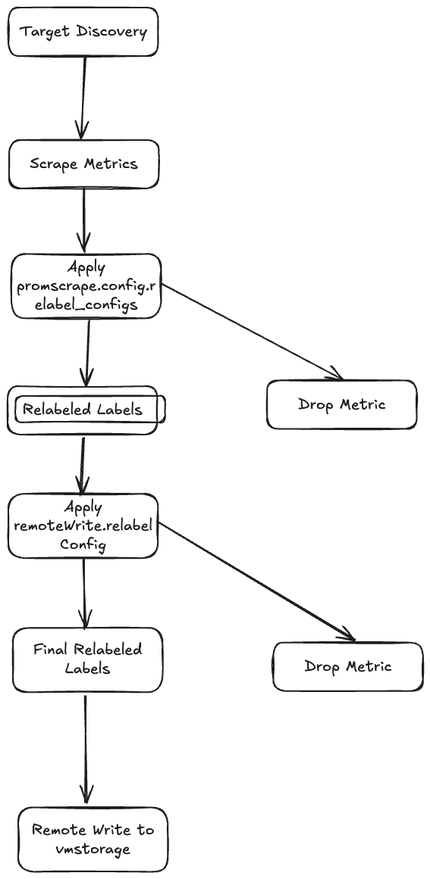
Earlier version of the Excalidraw export excalidraw/vm/vmagent.excalidraw.png (kbsonlong/kbsonlong.github.io). Source tidied: one line per element, renumbered; positions are measured from the earlier drawing's top-left corner, leaving out a move shared by most shapes.
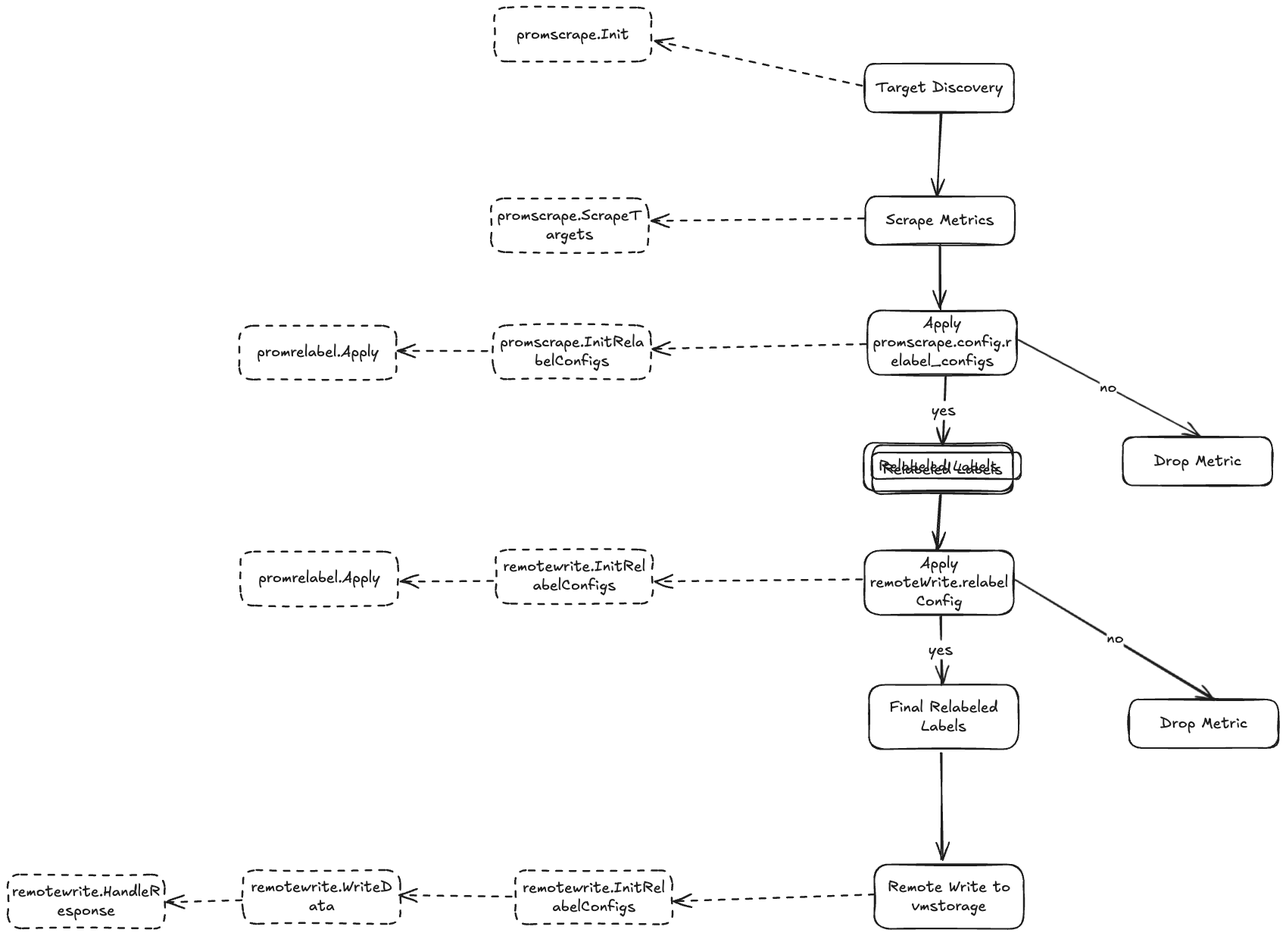
After the commit.

What changed in the source:
```diff
@@ -6,8 +6,6 @@
 {"id": 5, "type": "text", "text": "Apply\npromscrape.config.r\nelabel_configs", "strokeColor": "#1e1e1e", "strokeWidth": 2, "roughness": 1, "fontSize": 20, "fontFamily": 5, "textAlign": "center", "verticalAlign": "middle", "inside": 4, "x": 12, "y": 330, "width": 183, "height": 75}
 {"id": 6, "type": "rectangle", "strokeColor": "#1e1e1e", "strokeWidth": 2, "roughness": 1, "round": true, "x": 342, "y": 492, "width": 197, "height": 64}
 {"id": 7, "type": "text", "text": "Drop Metric", "strokeColor": "#1e1e1e", "strokeWidth": 2, "roughness": 1, "fontSize": 20, "fontFamily": 5, "textAlign": "center", "verticalAlign": "middle", "inside": 6, "x": 383, "y": 512, "width": 115, "height": 25}
-{"id": 8, "type": "rectangle", "strokeColor": "#1e1e1e", "strokeWidth": 2, "roughness": 1, "round": true, "x": 0, "y": 500, "width": 197, "height": 64}
-{"id": 9, "type": "text", "text": "Relabeled Labels", "strokeColor": "#1e1e1e", "strokeWidth": 2, "roughness": 1, "fontSize": 20, "fontFamily": 5, "textAlign": "center", "verticalAlign": "middle", "inside": 8, "x": 20, "y": 520, "width": 158, "height": 25}
 {"id": 10, "type": "rectangle", "strokeColor": "#1e1e1e", "strokeWidth": 2, "roughness": 1, "round": true, "x": 1, "y": 642, "width": 197, "height": 85}
 {"id": 11, "type": "text", "text": "Apply\nremoteWrite.relabel\nConfig", "strokeColor": "#1e1e1e", "strokeWidth": 2, "roughness": 1, "fontSize": 20, "fontFamily": 5, "textAlign": "center", "verticalAlign": "middle", "inside": 10, "x": 8, "y": 647, "width": 183, "height": 75}
 {"id": 12, "type": "rectangle", "strokeColor": "#1e1e1e", "strokeWidth": 2, "roughness": 1, "round": true, "x": 7, "y": 819, "width": 197, "height": 85}
@@ -16,11 +14,44 @@
 {"id": 15, "type": "text", "text": "Drop Metric", "strokeColor": "#1e1e1e", "strokeWidth": 2, "roughness": 1, "fontSize": 20, "fontFamily": 5, "textAlign": "center", "verticalAlign": "middle", "inside": 14, "x": 391, "y": 858, "width": 115, "height": 25}
 {"id": 16, "type": "rectangle", "strokeColor": "#1e1e1e", "strokeWidth": 2, "roughness": 1, "round": true, "x": 14, "y": 1056, "width": 197, "height": 85}
 {"id": 17, "type": "text", "text": "Remote Write to\nvmstorage", "strokeColor": "#1e1e1e", "strokeWidth": 2, "roughness": 1, "fontSize": 20, "fontFamily": 5, "textAlign": "center", "verticalAlign": "middle", "inside": 16, "x": 32, "y": 1074, "width": 162, "height": 50}
-{"id": 18, "type": "arrow", "strokeColor": "#1e1e1e", "strokeWidth": 2, "roughness": 1, "endArrowhead": "arrow", "round": true, "from": 0, "to": 2, "x": 102, "y": 66, "width": 4, "height": 105, "points": [[0, 0], [-4, 105]]}
+{"id": 18, "type": "arrow", "strokeColor": "#1e1e1e", "strokeWidth": 2, "roughness": 1, "endArrowhead": "arrow", "round": true, "from": 0, "to": 2, "x": 102, "y": 65, "width": 4, "height": 109, "points": [[0, 0], [-4, 109]]}
-{"id": 19, "type": "arrow", "strokeColor": "#1e1e1e", "strokeWidth": 2, "roughness": 1, "endArrowhead": "arrow", "round": true, "from": 2, "to": 4, "x": 100, "y": 240, "width": 2, "height": 84, "points": [[0, 0], [2, 84]]}
+{"id": 19, "type": "arrow", "strokeColor": "#1e1e1e", "strokeWidth": 2, "roughness": 1, "endArrowhead": "arrow", "round": true, "from": 2, "to": 4, "x": 100, "y": 239, "width": 2, "height": 85, "points": [[0, 0], [2, 85]]}
-{"id": 20, "type": "arrow", "strokeColor": "#1e1e1e", "strokeWidth": 2, "roughness": 1, "endArrowhead": "arrow", "round": true, "from": 4, "to": 8, "x": 107, "y": 414, "width": 3, "height": 87, "points": [[0, 0], [-3, 87]]}
+{"id": 20, "type": "arrow", "strokeColor": "#1e1e1e", "strokeWidth": 2, "roughness": 1, "endArrowhead": "arrow", "round": true, "from": 4, "to": 57, "x": 107, "y": 412, "width": 3, "height": 91, "points": [[0, 0], [-3, 91]]}
+{"id": 26, "type": "text", "text": "yes", "strokeColor": "#1e1e1e", "strokeWidth": 2, "strokeStyle": "dashed", "roughness": 1, "fontSize": 20, "fontFamily": 5, "textAlign": "center", "verticalAlign": "middle", "inside": 20, "x": 89, "y": 443, "width": 32, "height": 25}
 {"id": 21, "type": "arrow", "strokeColor": "#1e1e1e", "strokeWidth": 2, "roughness": 1, "endArrowhead": "arrow", "round": true, "from": 4, "to": 6, "x": 203, "y": 363, "width": 239, "height": 129, "points": [[0, 0], [239, 129]]}
+{"id": 27, "type": "text", "text": "no", "strokeColor": "#1e1e1e", "strokeWidth": 2, "strokeStyle": "dashed", "roughness": 1, "fontSize": 20, "fontFamily": 5, "textAlign": "center", "verticalAlign": "middle", "inside": 21, "x": 311, "y": 415, "width": 23, "height": 25}
-{"id": 22, "type": "arrow", "strokeColor": "#1e1e1e", "strokeWidth": 2, "roughness": 1, "endArrowhead": "arrow", "round": true, "from": 8, "to": 10, "x": 100, "y": 568, "width": 3, "height": 76, "points": [[0, 0], [-3, 76]]}
+{"id": 22, "type": "arrow", "strokeColor": "#1e1e1e", "strokeWidth": 2, "roughness": 1, "endArrowhead": "arrow", "round": true, "from": 57, "to": 10, "x": 101, "y": 568, "width": 5, "height": 73, "points": [[0, 0], [-5, 73]]}
-{"id": 23, "type": "arrow", "strokeColor": "#1e1e1e", "strokeWidth": 2, "roughness": 1, "endArrowhead": "arrow", "round": true, "from": 10, "to": 12, "x": 101, "y": 728, "width": 1, "height": 92, "points": [[0, 0], [1, 92]]}
+{"id": 23, "type": "arrow", "strokeColor": "#1e1e1e", "strokeWidth": 2, "roughness": 1, "endArrowhead": "arrow", "round": true, "from": 10, "to": 12, "x": 101, "y": 728, "width": 1, "height": 91, "points": [[0, 0], [1, 91]]}
+{"id": 28, "type": "text", "text": "yes", "strokeColor": "#1e1e1e", "strokeWidth": 2, "strokeStyle": "dashed", "roughness": 1, "fontSize": 20, "fontFamily": 5, "textAlign": "center", "verticalAlign": "middle", "inside": 23, "x": 85, "y": 762, "width": 32, "height": 25}
-{"id": 24, "type": "arrow", "strokeColor": "#1e1e1e", "strokeWidth": 2, "roughness": 1, "endArrowhead": "arrow", "round": true, "from": 10, "to": 14, "x": 201, "y": 680, "width": 258, "height": 155, "points": [[0, 0], [258, 155]]}
+{"id": 24, "type": "arrow", "strokeColor": "#1e1e1e", "strokeWidth": 2, "roughness": 1, "endArrowhead": "arrow", "round": true, "from": 10, "to": 14, "x": 201, "y": 680, "width": 263, "height": 158, "points": [[0, 0], [263, 158]]}
+{"id": 29, "type": "text", "text": "no", "strokeColor": "#1e1e1e", "strokeWidth": 2, "strokeStyle": "dashed", "roughness": 1, "fontSize": 20, "fontFamily": 5, "textAlign": "center", "verticalAlign": "middle", "inside": 24, "x": 319, "y": 745, "width": 23, "height": 25}
 {"id": 25, "type": "arrow", "strokeColor": "#1e1e1e", "strokeWidth": 2, "roughness": 1, "endArrowhead": "arrow", "round": true, "from": 12, "to": 16, "x": 103, "y": 908, "width": 1, "height": 142, "points": [[0, 0], [-1, 142]]}
+{"id": 30, "type": "arrow", "strokeColor": "#1e1e1e", "strokeWidth": 2, "strokeStyle": "dashed", "roughness": 1, "endArrowhead": "arrow", "round": true, "from": 0, "to": 31, "x": -3, "y": 29, "width": 273, "height": 58, "points": [[0, 0], [-273, -58]]}
+{"id": 31, "type": "rectangle", "strokeColor": "#1e1e1e", "strokeWidth": 2, "strokeStyle": "dashed", "roughness": 1, "round": true, "x": -488, "y": -74, "width": 208, "height": 71}
+{"id": 32, "type": "text", "text": "promscrape.Init", "strokeColor": "#1e1e1e", "strokeWidth": 2, "strokeStyle": "dashed", "roughness": 1, "fontSize": 20, "fontFamily": 5, "textAlign": "center", "verticalAlign": "middle", "inside": 31, "x": -458, "y": -51, "width": 148, "height": 25}
+{"id": 33, "type": "rectangle", "strokeColor": "#1e1e1e", "strokeWidth": 2, "strokeStyle": "dashed", "roughness": 1, "round": true, "x": -492, "y": 177, "width": 208, "height": 71}
+{"id": 34, "type": "text", "text": "promscrape.ScrapeT\nargets", "strokeColor": "#1e1e1e", "strokeWidth": 2, "strokeStyle": "dashed", "roughness": 1, "fontSize": 20, "fontFamily": 5, "textAlign": "center", "verticalAlign": "middle", "inside": 33, "x": -484, "y": 188, "width": 191, "height": 50}
+{"id": 35, "type": "arrow", "strokeColor": "#1e1e1e", "strokeWidth": 2, "strokeStyle": "dashed", "roughness": 1, "endArrowhead": "arrow", "round": true, "from": 2, "to": 33, "x": 0, "y": 204, "width": 281, "height": 3, "points": [[0, 0], [-281, 3]]}
+{"id": 36, "type": "rectangle", "strokeColor": "#1e1e1e", "strokeWidth": 2, "strokeStyle": "dashed", "roughness": 1, "round": true, "x": -489, "y": 345, "width": 208, "height": 71}
+{"id": 37, "type": "text", "text": "promscrape.InitRela\nbelConfigs", "strokeColor": "#1e1e1e", "strokeWidth": 2, "strokeStyle": "dashed", "roughness": 1, "fontSize": 20, "fontFamily": 5, "textAlign": "center", "verticalAlign": "middle", "inside": 36, "x": -480, "y": 356, "width": 190, "height": 50}
+{"id": 38, "type": "arrow", "strokeColor": "#1e1e1e", "strokeWidth": 2, "strokeStyle": "dashed", "roughness": 1, "endArrowhead": "arrow", "round": true, "from": 4, "to": 36, "x": 2, "y": 370, "width": 281, "height": 7, "points": [[0, 0], [-281, 7]]}
+{"id": 39, "type": "rectangle", "strokeColor": "#1e1e1e", "strokeWidth": 2, "strokeStyle": "dashed", "roughness": 1, "round": true, "x": -825, "y": 346, "width": 208, "height": 71}
+{"id": 40, "type": "text", "text": "promrelabel.Apply", "strokeColor": "#1e1e1e", "strokeWidth": 2, "strokeStyle": "dashed", "roughness": 1, "fontSize": 20, "fontFamily": 5, "textAlign": "center", "verticalAlign": "middle", "inside": 39, "x": -801, "y": 369, "width": 161, "height": 25}
+{"id": 41, "type": "arrow", "strokeColor": "#1e1e1e", "strokeWidth": 2, "strokeStyle": "dashed", "roughness": 1, "endArrowhead": "arrow", "round": true, "from": 36, "to": 39, "x": -496, "y": 379, "width": 120, "height": 1, "points": [[0, 0], [-120, -1]]}
+{"id": 42, "type": "rectangle", "strokeColor": "#1e1e1e", "strokeWidth": 2, "strokeStyle": "dashed", "roughness": 1, "round": true, "x": -486, "y": 641, "width": 208, "height": 71}
+{"id": 43, "type": "text", "text": "remotewrite.InitRel\nabelConfigs", "strokeColor": "#1e1e1e", "strokeWidth": 2, "strokeStyle": "dashed", "roughness": 1, "fontSize": 20, "fontFamily": 5, "textAlign": "center", "verticalAlign": "middle", "inside": 42, "x": -476, "y": 652, "width": 188, "height": 50}
+{"id": 44, "type": "arrow", "strokeColor": "#1e1e1e", "strokeWidth": 2, "strokeStyle": "dashed", "roughness": 1, "endArrowhead": "arrow", "round": true, "from": 10, "to": 42, "x": -3, "y": 681, "width": 274, "height": 3, "points": [[0, 0], [-274, 3]]}
+{"id": 45, "type": "rectangle", "strokeColor": "#1e1e1e", "strokeWidth": 2, "strokeStyle": "dashed", "roughness": 1, "round": true, "x": -823, "y": 644, "width": 208, "height": 71}
+{"id": 46, "type": "text", "text": "promrelabel.Apply", "strokeColor": "#1e1e1e", "strokeWidth": 2, "strokeStyle": "dashed", "roughness": 1, "fontSize": 20, "fontFamily": 5, "textAlign": "center", "verticalAlign": "middle", "inside": 45, "x": -799, "y": 667, "width": 161, "height": 25}
+{"id": 47, "type": "arrow", "strokeColor": "#1e1e1e", "strokeWidth": 2, "strokeStyle": "dashed", "roughness": 1, "endArrowhead": "arrow", "round": true, "from": 42, "to": 45, "x": -488, "y": 682, "width": 122, "height": 0, "points": [[0, 0], [-122, 0]]}
+{"id": 48, "type": "rectangle", "strokeColor": "#1e1e1e", "strokeWidth": 2, "strokeStyle": "dashed", "roughness": 1, "round": true, "x": -460, "y": 1064, "width": 208, "height": 71}
+{"id": 49, "type": "text", "text": "remotewrite.InitRel\nabelConfigs", "strokeColor": "#1e1e1e", "strokeWidth": 2, "strokeStyle": "dashed", "roughness": 1, "fontSize": 20, "fontFamily": 5, "textAlign": "center", "verticalAlign": "middle", "inside": 48, "x": -450, "y": 1075, "width": 188, "height": 50}
+{"id": 50, "type": "arrow", "strokeColor": "#1e1e1e", "strokeWidth": 2, "strokeStyle": "dashed", "roughness": 1, "endArrowhead": "arrow", "round": true, "from": 16, "to": 48, "x": 14, "y": 1096, "width": 265, "height": 8, "points": [[0, 0], [-265, 8]]}
+{"id": 51, "type": "rectangle", "strokeColor": "#1e1e1e", "strokeWidth": 2, "strokeStyle": "dashed", "roughness": 1, "round": true, "x": -820, "y": 1064, "width": 208, "height": 71}
+{"id": 52, "type": "text", "text": "remotewrite.WriteD\nata", "strokeColor": "#1e1e1e", "strokeWidth": 2, "strokeStyle": "dashed", "roughness": 1, "fontSize": 20, "fontFamily": 5, "textAlign": "center", "verticalAlign": "middle", "inside": 51, "x": -809, "y": 1074, "width": 187, "height": 50}
+{"id": 53, "type": "rectangle", "strokeColor": "#1e1e1e", "strokeWidth": 2, "strokeStyle": "dashed", "roughness": 1, "round": true, "x": -1130, "y": 1070, "width": 208, "height": 71}
+{"id": 54, "type": "text", "text": "remotewrite.HandleR\nesponse", "strokeColor": "#1e1e1e", "strokeWidth": 2, "strokeStyle": "dashed", "roughness": 1, "fontSize": 20, "fontFamily": 5, "textAlign": "center", "verticalAlign": "middle", "inside": 53, "x": -1125, "y": 1080, "width": 196, "height": 50}
+{"id": 55, "type": "arrow", "strokeColor": "#1e1e1e", "strokeWidth": 2, "strokeStyle": "dashed", "roughness": 1, "endArrowhead": "arrow", "round": true, "from": 48, "to": 51, "x": -464, "y": 1098, "width": 149, "height": 1, "points": [[0, 0], [-149, -1]]}
+{"id": 56, "type": "arrow", "strokeColor": "#1e1e1e", "strokeWidth": 2, "strokeStyle": "dashed", "roughness": 1, "endArrowhead": "arrow", "round": true, "from": 51, "to": 53, "x": -820, "y": 1104, "width": 101, "height": 3, "points": [[0, 0], [-101, 3]]}
+{"id": 57, "type": "rectangle", "strokeColor": "#1e1e1e", "strokeWidth": 2, "roughness": 1, "round": true, "x": 11, "y": 503, "width": 186, "height": 64}
+{"id": 9, "type": "text", "text": "Relabeled Labels", "strokeColor": "#1e1e1e", "strokeWidth": 2, "strokeStyle": "dashed", "roughness": 1, "fontSize": 20, "fontFamily": 5, "textAlign": "center", "verticalAlign": "middle", "inside": 57, "x": 25, "y": 523, "width": 158, "height": 25}
```
